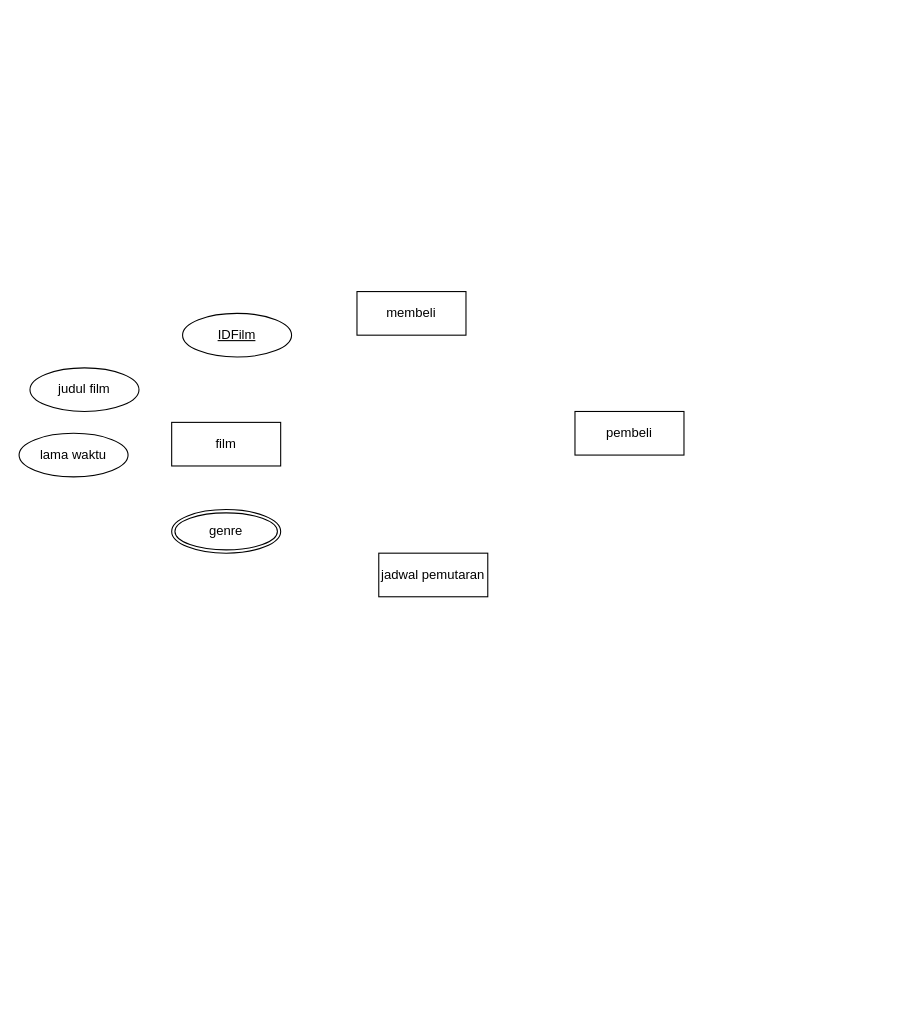
Above: Untitled Diagram.drawio in Brightlyviryaa/CashRush (draw.io), before the change. Source tidied: cells renumbered, new cells numbered last; positions are measured from the earlier drawing's top-left corner, leaving out a move shared by most shapes. Both pictures are drawn from the tidied source at 109%, with x=0, y=0 at pixel (19, 291).
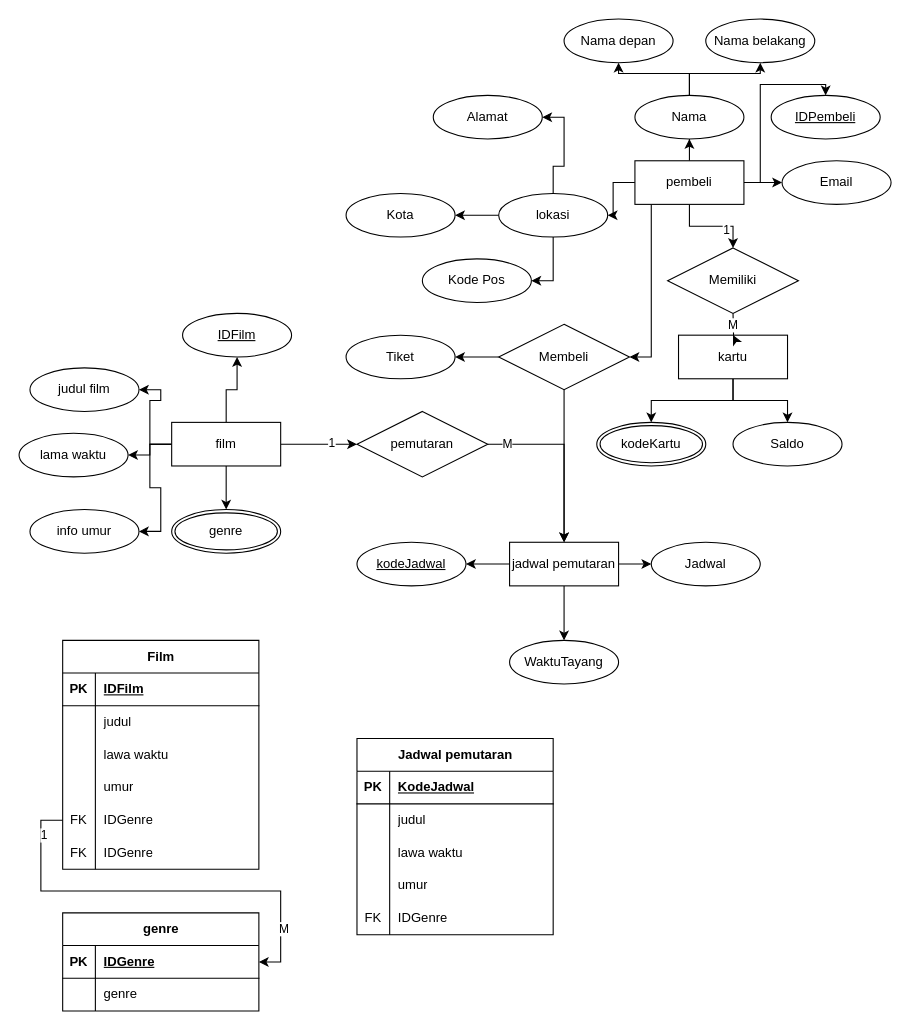
After the change.

Unchanged cells that the change refers to:
```xml
<mxCell id="2" value="film" style="whiteSpace=wrap;html=1;align=center;" parent="1" vertex="1">
  <mxGeometry x="140" y="120" width="100" height="40" as="geometry" />
</mxCell>
<mxCell id="6" value="genre" style="ellipse;shape=doubleEllipse;margin=3;whiteSpace=wrap;html=1;align=center;" parent="1" vertex="1">
  <mxGeometry x="140" y="200" width="100" height="40" as="geometry" />
</mxCell>
<mxCell id="7" value="IDFilm" style="ellipse;whiteSpace=wrap;html=1;align=center;fontStyle=4;" parent="1" vertex="1">
  <mxGeometry x="150" y="20" width="100" height="40" as="geometry" />
</mxCell>
<mxCell id="8" value="judul film" style="ellipse;whiteSpace=wrap;html=1;align=center;" parent="1" vertex="1">
  <mxGeometry x="10" y="70" width="100" height="40" as="geometry" />
</mxCell>
<mxCell id="9" value="lama waktu" style="ellipse;whiteSpace=wrap;html=1;align=center;" parent="1" vertex="1">
  <mxGeometry y="130" width="100" height="40" as="geometry" />
</mxCell>
```

Change to the diagram source:
```diff
@@
+    <mxCell id="10" style="edgeStyle=orthogonalEdgeStyle;rounded=0;jettySize=auto;html=1;" parent="1" edge="1" source="2" target="7">
+      <mxGeometry relative="1" as="geometry" />
+    </mxCell>
+    <mxCell id="11" style="edgeStyle=orthogonalEdgeStyle;rounded=0;jettySize=auto;html=1;" parent="1" edge="1" source="2" target="6">
+      <mxGeometry relative="1" as="geometry" />
+    </mxCell>
+    <mxCell id="12" style="edgeStyle=orthogonalEdgeStyle;rounded=0;jettySize=auto;html=1;entryX=1;entryY=0.5;entryDx=0;entryDy=0;" parent="1" edge="1" source="2" target="29">
+      <mxGeometry relative="1" as="geometry" />
+    </mxCell>
+    <mxCell id="13" style="edgeStyle=orthogonalEdgeStyle;rounded=0;jettySize=auto;html=1;entryX=1;entryY=0.5;entryDx=0;entryDy=0;" parent="1" edge="1" source="2" target="9">
+      <mxGeometry relative="1" as="geometry" />
+    </mxCell>
+    <mxCell id="14" style="edgeStyle=orthogonalEdgeStyle;rounded=0;jettySize=auto;html=1;entryX=1;entryY=0.5;entryDx=0;entryDy=0;" parent="1" edge="1" source="2" target="8">
+      <mxGeometry relative="1" as="geometry" />
+    </mxCell>
+    <mxCell id="15" style="edgeStyle=orthogonalEdgeStyle;rounded=0;jettySize=auto;html=1;entryX=0;entryY=0.5;entryDx=0;entryDy=0;" parent="1" edge="1" source="2" target="51">
+      <mxGeometry relative="1" as="geometry" />
+    </mxCell>
+    <mxCell id="16" value="1" style="edgeLabel;html=1;align=center;verticalAlign=middle;" parent="15" vertex="1">
+      <mxGeometry x="0.32" y="2" relative="1" as="geometry" />
+    </mxCell>
@@
+    <mxCell id="17" style="edgeStyle=orthogonalEdgeStyle;rounded=0;jettySize=auto;html=1;entryX=1;entryY=0.5;entryDx=0;entryDy=0;" parent="1" edge="1" source="3" target="30">
+      <mxGeometry relative="1" as="geometry" />
+    </mxCell>
+    <mxCell id="18" style="edgeStyle=orthogonalEdgeStyle;rounded=0;jettySize=auto;html=1;entryX=0.5;entryY=0;entryDx=0;entryDy=0;" parent="1" edge="1" source="3" target="31">
+      <mxGeometry relative="1" as="geometry" />
+    </mxCell>
+    <mxCell id="19" style="edgeStyle=orthogonalEdgeStyle;rounded=0;jettySize=auto;html=1;" parent="1" edge="1" source="3" target="32">
+      <mxGeometry relative="1" as="geometry" />
+    </mxCell>
     <mxCell id="3" value="jadwal pemutaran" style="whiteSpace=wrap;html=1;align=center;" parent="1" vertex="1">
-      <mxGeometry x="330" y="240" width="100" height="40" as="geometry" />
+      <mxGeometry x="450" y="230" width="100" height="40" as="geometry" />
     </mxCell>
+    <mxCell id="20" style="edgeStyle=orthogonalEdgeStyle;rounded=0;jettySize=auto;html=1;entryX=0;entryY=0.5;entryDx=0;entryDy=0;" parent="1" edge="1" source="4" target="34">
+      <mxGeometry relative="1" as="geometry" />
+    </mxCell>
+    <mxCell id="21" style="edgeStyle=orthogonalEdgeStyle;rounded=0;jettySize=auto;html=1;" parent="1" edge="1" source="4" target="43">
+      <mxGeometry relative="1" as="geometry" />
+    </mxCell>
+    <mxCell id="22" style="edgeStyle=orthogonalEdgeStyle;rounded=0;jettySize=auto;html=1;entryX=0.5;entryY=1;entryDx=0;entryDy=0;" parent="1" edge="1" source="4" target="39">
+      <mxGeometry relative="1" as="geometry" />
+    </mxCell>
+    <mxCell id="23" style="edgeStyle=orthogonalEdgeStyle;rounded=0;jettySize=auto;html=1;" parent="1" edge="1" source="4" target="33">
+      <mxGeometry relative="1" as="geometry">
+        <Array as="points">
+          <mxPoint x="680" y="-100" />
+          <mxPoint x="680" y="-190" />
+        </Array>
+      </mxGeometry>
+    </mxCell>
+    <mxCell id="24" style="edgeStyle=orthogonalEdgeStyle;rounded=0;jettySize=auto;html=1;entryX=0.5;entryY=0;entryDx=0;entryDy=0;" parent="1" edge="1" source="4" target="53">
+      <mxGeometry relative="1" as="geometry" />
+    </mxCell>
+    <mxCell id="25" value="1" style="edgeLabel;html=1;align=center;verticalAlign=middle;" parent="24" vertex="1">
+      <mxGeometry x="0.33" y="-3" relative="1" as="geometry" />
+    </mxCell>
+    <mxCell id="26" style="edgeStyle=orthogonalEdgeStyle;rounded=0;jettySize=auto;html=1;entryX=1;entryY=0.5;entryDx=0;entryDy=0;" parent="1" edge="1" source="4" target="56">
+      <mxGeometry relative="1" as="geometry">
+        <Array as="points">
+          <mxPoint x="580" y="60" />
+        </Array>
+      </mxGeometry>
+    </mxCell>
     <mxCell id="4" value="pembeli" style="whiteSpace=wrap;html=1;align=center;" parent="1" vertex="1">
-      <mxGeometry x="510" y="110" width="100" height="40" as="geometry" />
+      <mxGeometry x="565" y="-120" width="100" height="40" as="geometry" />
     </mxCell>
+    <mxCell id="27" style="edgeStyle=orthogonalEdgeStyle;rounded=0;jettySize=auto;html=1;entryX=0.5;entryY=0;entryDx=0;entryDy=0;" parent="1" edge="1" source="5" target="47">
+      <mxGeometry relative="1" as="geometry" />
+    </mxCell>
+    <mxCell id="28" style="edgeStyle=orthogonalEdgeStyle;rounded=0;jettySize=auto;html=1;entryX=0.5;entryY=0;entryDx=0;entryDy=0;" parent="1" edge="1" source="5" target="48">
+      <mxGeometry relative="1" as="geometry" />
+    </mxCell>
-    <mxCell id="5" value="membeli" style="whiteSpace=wrap;html=1;align=center;" parent="1" vertex="1">
-      <mxGeometry x="310" width="100" height="40" as="geometry" />
+    <mxCell id="5" value="kartu" style="whiteSpace=wrap;html=1;align=center;" parent="1" vertex="1">
+      <mxGeometry x="605" y="40" width="100" height="40" as="geometry" />
     </mxCell>
@@
+    <mxCell id="29" value="info umur" style="ellipse;whiteSpace=wrap;html=1;align=center;" parent="1" vertex="1">
+      <mxGeometry x="10" y="200" width="100" height="40" as="geometry" />
+    </mxCell>
+    <mxCell id="30" value="kodeJadwal" style="ellipse;whiteSpace=wrap;html=1;align=center;fontStyle=4;" parent="1" vertex="1">
+      <mxGeometry x="310" y="230" width="100" height="40" as="geometry" />
+    </mxCell>
+    <mxCell id="31" value="WaktuTayang" style="ellipse;whiteSpace=wrap;html=1;align=center;" parent="1" vertex="1">
+      <mxGeometry x="450" y="320" width="100" height="40" as="geometry" />
+    </mxCell>
+    <mxCell id="32" value="Jadwal" style="ellipse;whiteSpace=wrap;html=1;align=center;" parent="1" vertex="1">
+      <mxGeometry x="580" y="230" width="100" height="40" as="geometry" />
+    </mxCell>
+    <mxCell id="33" value="IDPembeli" style="ellipse;whiteSpace=wrap;html=1;align=center;fontStyle=4;" parent="1" vertex="1">
+      <mxGeometry x="690" y="-180" width="100" height="40" as="geometry" />
+    </mxCell>
+    <mxCell id="34" value="Email" style="ellipse;whiteSpace=wrap;html=1;align=center;" parent="1" vertex="1">
+      <mxGeometry x="700" y="-120" width="100" height="40" as="geometry" />
+    </mxCell>
+    <mxCell id="35" value="Nama belakang" style="ellipse;whiteSpace=wrap;html=1;align=center;" parent="1" vertex="1">
+      <mxGeometry x="630" y="-250" width="100" height="40" as="geometry" />
+    </mxCell>
+    <mxCell id="36" value="Nama depan" style="ellipse;whiteSpace=wrap;html=1;align=center;" parent="1" vertex="1">
+      <mxGeometry x="500" y="-250" width="100" height="40" as="geometry" />
+    </mxCell>
+    <mxCell id="37" style="edgeStyle=orthogonalEdgeStyle;rounded=0;jettySize=auto;html=1;entryX=0.5;entryY=1;entryDx=0;entryDy=0;" parent="1" edge="1" source="39" target="36">
+      <mxGeometry relative="1" as="geometry" />
+    </mxCell>
+    <mxCell id="38" style="edgeStyle=orthogonalEdgeStyle;rounded=0;jettySize=auto;html=1;entryX=0.5;entryY=1;entryDx=0;entryDy=0;" parent="1" edge="1" source="39" target="35">
+      <mxGeometry relative="1" as="geometry" />
+    </mxCell>
+    <mxCell id="39" value="Nama" style="ellipse;whiteSpace=wrap;html=1;align=center;" parent="1" vertex="1">
+      <mxGeometry x="565" y="-180" width="100" height="40" as="geometry" />
+    </mxCell>
+    <mxCell id="40" style="edgeStyle=orthogonalEdgeStyle;rounded=0;jettySize=auto;html=1;entryX=1;entryY=0.5;entryDx=0;entryDy=0;" parent="1" edge="1" source="43" target="44">
+      <mxGeometry relative="1" as="geometry" />
+    </mxCell>
+    <mxCell id="41" style="edgeStyle=orthogonalEdgeStyle;rounded=0;jettySize=auto;html=1;entryX=1;entryY=0.5;entryDx=0;entryDy=0;" parent="1" edge="1" source="43" target="46">
+      <mxGeometry relative="1" as="geometry" />
+    </mxCell>
+    <mxCell id="42" style="edgeStyle=orthogonalEdgeStyle;rounded=0;jettySize=auto;html=1;" parent="1" edge="1" source="43" target="45">
+      <mxGeometry relative="1" as="geometry" />
+    </mxCell>
+    <mxCell id="43" value="lokasi" style="ellipse;whiteSpace=wrap;html=1;align=center;" parent="1" vertex="1">
+      <mxGeometry x="440" y="-90" width="100" height="40" as="geometry" />
+    </mxCell>
+    <mxCell id="44" value="Alamat" style="ellipse;whiteSpace=wrap;html=1;align=center;" parent="1" vertex="1">
+      <mxGeometry x="380" y="-180" width="100" height="40" as="geometry" />
+    </mxCell>
+    <mxCell id="45" value="Kota" style="ellipse;whiteSpace=wrap;html=1;align=center;" parent="1" vertex="1">
+      <mxGeometry x="300" y="-90" width="100" height="40" as="geometry" />
+    </mxCell>
+    <mxCell id="46" value="Kode Pos" style="ellipse;whiteSpace=wrap;html=1;align=center;" parent="1" vertex="1">
+      <mxGeometry x="370" y="-30" width="100" height="40" as="geometry" />
+    </mxCell>
+    <mxCell id="47" value="kodeKartu" style="ellipse;shape=doubleEllipse;margin=3;whiteSpace=wrap;html=1;align=center;" parent="1" vertex="1">
+      <mxGeometry x="530" y="120" width="100" height="40" as="geometry" />
+    </mxCell>
+    <mxCell id="48" value="Saldo" style="ellipse;whiteSpace=wrap;html=1;align=center;" parent="1" vertex="1">
+      <mxGeometry x="655" y="120" width="100" height="40" as="geometry" />
+    </mxCell>
+    <mxCell id="49" style="edgeStyle=orthogonalEdgeStyle;rounded=0;jettySize=auto;html=1;entryX=0.5;entryY=0;entryDx=0;entryDy=0;" parent="1" edge="1" source="51" target="3">
+      <mxGeometry relative="1" as="geometry" />
+    </mxCell>
+    <mxCell id="50" value="M" style="edgeLabel;html=1;align=center;verticalAlign=middle;" parent="49" vertex="1">
+      <mxGeometry x="-0.79" y="1" relative="1" as="geometry" />
+    </mxCell>
+    <mxCell id="51" value="pemutaran" style="shape=rhombus;perimeter=rhombusPerimeter;whiteSpace=wrap;html=1;align=center;" parent="1" vertex="1">
+      <mxGeometry x="310" y="110" width="120" height="60" as="geometry" />
+    </mxCell>
+    <mxCell id="52" value="M" style="edgeStyle=orthogonalEdgeStyle;rounded=0;jettySize=auto;html=1;" parent="1" edge="1" target="5">
+      <mxGeometry relative="1" as="geometry">
+        <mxPoint x="655" y="20" as="sourcePoint" />
+      </mxGeometry>
+    </mxCell>
+    <mxCell id="53" value="Memiliki" style="shape=rhombus;perimeter=rhombusPerimeter;whiteSpace=wrap;html=1;align=center;" parent="1" vertex="1">
+      <mxGeometry x="595" y="-40" width="120" height="60" as="geometry" />
+    </mxCell>
+    <mxCell id="54" style="edgeStyle=orthogonalEdgeStyle;rounded=0;jettySize=auto;html=1;" parent="1" edge="1" source="56" target="57">
+      <mxGeometry relative="1" as="geometry" />
+    </mxCell>
+    <mxCell id="55" style="edgeStyle=orthogonalEdgeStyle;rounded=0;jettySize=auto;html=1;entryX=0.5;entryY=0;entryDx=0;entryDy=0;" parent="1" edge="1" source="56" target="3">
+      <mxGeometry relative="1" as="geometry" />
+    </mxCell>
+    <mxCell id="56" value="Membeli" style="shape=rhombus;perimeter=rhombusPerimeter;whiteSpace=wrap;html=1;align=center;" parent="1" vertex="1">
+      <mxGeometry x="440" y="30" width="120" height="60" as="geometry" />
+    </mxCell>
+    <mxCell id="57" value="Tiket" style="ellipse;whiteSpace=wrap;html=1;align=center;" parent="1" vertex="1">
+      <mxGeometry x="300" y="40" width="100" height="40" as="geometry" />
+    </mxCell>
+    <mxCell id="58" value="Film" style="shape=table;startSize=30;childLayout=tableLayout;rowLines=0;fontStyle=1;align=center;html=1;" parent="1" vertex="1">
+      <mxGeometry x="40" y="320" width="180" height="210" as="geometry" />
+    </mxCell>
+    <mxCell id="59" style="shape=tableRow;horizontal=0;startSize=0;swimlaneHead=0;swimlaneBody=0;fillColor=none;top=0;left=0;right=0;bottom=1;" parent="58" vertex="1">
+      <mxGeometry y="30" width="180" height="30" as="geometry" />
+    </mxCell>
+    <mxCell id="60" value="PK" style="shape=partialRectangle;fillColor=none;top=0;left=0;bottom=0;right=0;fontStyle=1;overflow=hidden;whiteSpace=wrap;html=1;" parent="59" vertex="1">
+      <mxGeometry width="30" height="30" as="geometry" />
+    </mxCell>
+    <mxCell id="61" value="IDFilm" style="shape=partialRectangle;fillColor=none;top=0;left=0;bottom=0;right=0;align=left;spacingLeft=6;fontStyle=5;overflow=hidden;whiteSpace=wrap;html=1;" parent="59" vertex="1">
+      <mxGeometry x="30" width="150" height="30" as="geometry" />
+    </mxCell>
+    <mxCell id="62" style="shape=tableRow;horizontal=0;startSize=0;swimlaneHead=0;swimlaneBody=0;fillColor=none;top=0;left=0;right=0;bottom=0;" parent="58" vertex="1">
+      <mxGeometry y="60" width="180" height="30" as="geometry" />
+    </mxCell>
+    <mxCell id="63" style="shape=partialRectangle;fillColor=none;top=0;left=0;bottom=0;right=0;overflow=hidden;whiteSpace=wrap;html=1;" parent="62" vertex="1">
+      <mxGeometry width="30" height="30" as="geometry" />
+    </mxCell>
+    <mxCell id="64" value="judul" style="shape=partialRectangle;fillColor=none;top=0;left=0;bottom=0;right=0;align=left;spacingLeft=6;overflow=hidden;whiteSpace=wrap;html=1;" parent="62" vertex="1">
+      <mxGeometry x="30" width="150" height="30" as="geometry" />
+    </mxCell>
+    <mxCell id="65" style="shape=tableRow;horizontal=0;startSize=0;swimlaneHead=0;swimlaneBody=0;fillColor=none;top=0;left=0;right=0;bottom=0;" parent="58" vertex="1">
+      <mxGeometry y="90" width="180" height="30" as="geometry" />
+    </mxCell>
+    <mxCell id="66" style="shape=partialRectangle;fillColor=none;top=0;left=0;bottom=0;right=0;overflow=hidden;whiteSpace=wrap;html=1;" parent="65" vertex="1">
+      <mxGeometry width="30" height="30" as="geometry" />
+    </mxCell>
+    <mxCell id="67" value="lawa waktu" style="shape=partialRectangle;fillColor=none;top=0;left=0;bottom=0;right=0;align=left;spacingLeft=6;overflow=hidden;whiteSpace=wrap;html=1;" parent="65" vertex="1">
+      <mxGeometry x="30" width="150" height="30" as="geometry" />
+    </mxCell>
+    <mxCell id="68" style="shape=tableRow;horizontal=0;startSize=0;swimlaneHead=0;swimlaneBody=0;fillColor=none;top=0;left=0;right=0;bottom=0;" parent="58" vertex="1">
+      <mxGeometry y="120" width="180" height="30" as="geometry" />
+    </mxCell>
+    <mxCell id="69" style="shape=partialRectangle;fillColor=none;top=0;left=0;bottom=0;right=0;overflow=hidden;whiteSpace=wrap;html=1;" parent="68" vertex="1">
+      <mxGeometry width="30" height="30" as="geometry" />
+    </mxCell>
+    <mxCell id="70" value="umur" style="shape=partialRectangle;fillColor=none;top=0;left=0;bottom=0;right=0;align=left;spacingLeft=6;overflow=hidden;whiteSpace=wrap;html=1;" parent="68" vertex="1">
+      <mxGeometry x="30" width="150" height="30" as="geometry" />
+    </mxCell>
+    <mxCell id="71" style="shape=tableRow;horizontal=0;startSize=0;swimlaneHead=0;swimlaneBody=0;fillColor=none;points=[[0,0.5],[1,0.5]];portConstraint=eastwest;top=0;left=0;right=0;bottom=0;" parent="58" vertex="1">
+      <mxGeometry y="150" width="180" height="30" as="geometry" />
+    </mxCell>
+    <mxCell id="72" value="FK" style="shape=partialRectangle;fillColor=none;top=0;left=0;bottom=0;right=0;overflow=hidden;whiteSpace=wrap;html=1;" parent="71" vertex="1">
+      <mxGeometry width="30" height="30" as="geometry" />
+    </mxCell>
+    <mxCell id="73" value="IDGenre" style="shape=partialRectangle;fillColor=none;top=0;left=0;bottom=0;right=0;align=left;spacingLeft=6;overflow=hidden;whiteSpace=wrap;html=1;" parent="71" vertex="1">
+      <mxGeometry x="30" width="150" height="30" as="geometry" />
+    </mxCell>
+    <mxCell id="74" style="shape=tableRow;horizontal=0;startSize=0;swimlaneHead=0;swimlaneBody=0;fillColor=none;top=0;left=0;right=0;bottom=0;" parent="58" vertex="1">
+      <mxGeometry y="180" width="180" height="30" as="geometry" />
+    </mxCell>
+    <mxCell id="75" value="FK" style="shape=partialRectangle;fillColor=none;top=0;left=0;bottom=0;right=0;overflow=hidden;whiteSpace=wrap;html=1;" parent="74" vertex="1">
+      <mxGeometry width="30" height="30" as="geometry" />
+    </mxCell>
+    <mxCell id="76" value="IDGenre" style="shape=partialRectangle;fillColor=none;top=0;left=0;bottom=0;right=0;align=left;spacingLeft=6;overflow=hidden;whiteSpace=wrap;html=1;" parent="74" vertex="1">
+      <mxGeometry x="30" width="150" height="30" as="geometry" />
+    </mxCell>
+    <mxCell id="77" value="genre" style="shape=table;startSize=30;childLayout=tableLayout;rowLines=0;fontStyle=1;align=center;html=1;" parent="1" vertex="1">
+      <mxGeometry x="40" y="570" width="180" height="90" as="geometry" />
+    </mxCell>
+    <mxCell id="78" style="shape=tableRow;horizontal=0;startSize=0;swimlaneHead=0;swimlaneBody=0;fillColor=none;points=[[0,0.5],[1,0.5]];portConstraint=eastwest;top=0;left=0;right=0;bottom=1;" parent="77" vertex="1">
+      <mxGeometry y="30" width="180" height="30" as="geometry" />
+    </mxCell>
+    <mxCell id="79" value="PK" style="shape=partialRectangle;fillColor=none;top=0;left=0;bottom=0;right=0;fontStyle=1;overflow=hidden;whiteSpace=wrap;html=1;" parent="78" vertex="1">
+      <mxGeometry width="30" height="30" as="geometry" />
+    </mxCell>
+    <mxCell id="80" value="IDGenre" style="shape=partialRectangle;fillColor=none;top=0;left=0;bottom=0;right=0;align=left;spacingLeft=6;fontStyle=5;overflow=hidden;whiteSpace=wrap;html=1;" parent="78" vertex="1">
+      <mxGeometry x="30" width="150" height="30" as="geometry" />
+    </mxCell>
+    <mxCell id="81" style="shape=tableRow;horizontal=0;startSize=0;swimlaneHead=0;swimlaneBody=0;fillColor=none;top=0;left=0;right=0;bottom=0;" parent="77" vertex="1">
+      <mxGeometry y="60" width="180" height="30" as="geometry" />
+    </mxCell>
+    <mxCell id="82" style="shape=partialRectangle;fillColor=none;top=0;left=0;bottom=0;right=0;overflow=hidden;whiteSpace=wrap;html=1;" parent="81" vertex="1">
+      <mxGeometry width="30" height="30" as="geometry" />
+    </mxCell>
+    <mxCell id="83" value="genre" style="shape=partialRectangle;fillColor=none;top=0;left=0;bottom=0;right=0;align=left;spacingLeft=6;overflow=hidden;whiteSpace=wrap;html=1;" parent="81" vertex="1">
+      <mxGeometry x="30" width="150" height="30" as="geometry" />
+    </mxCell>
+    <mxCell id="84" style="edgeStyle=orthogonalEdgeStyle;rounded=0;jettySize=auto;html=1;" parent="1" edge="1" source="71" target="78">
+      <mxGeometry relative="1" as="geometry">
+        <Array as="points">
+          <mxPoint x="20" y="485" />
+          <mxPoint x="20" y="550" />
+          <mxPoint x="240" y="550" />
+          <mxPoint x="240" y="615" />
+        </Array>
+      </mxGeometry>
+    </mxCell>
+    <mxCell id="85" value="1" style="edgeLabel;html=1;align=center;verticalAlign=middle;" parent="84" vertex="1">
+      <mxGeometry x="-0.83" y="2" relative="1" as="geometry" />
+    </mxCell>
+    <mxCell id="86" value="M" style="edgeLabel;html=1;align=center;verticalAlign=middle;" parent="84" vertex="1">
+      <mxGeometry x="0.74" y="2" relative="1" as="geometry" />
+    </mxCell>
+    <mxCell id="87" value="Jadwal pemutaran" style="shape=table;startSize=30;childLayout=tableLayout;rowLines=0;fontStyle=1;align=center;html=1;" parent="1" vertex="1">
+      <mxGeometry x="310" y="410" width="180" height="180" as="geometry" />
+    </mxCell>
+    <mxCell id="88" style="shape=tableRow;horizontal=0;startSize=0;swimlaneHead=0;swimlaneBody=0;fillColor=none;top=0;left=0;right=0;bottom=1;" parent="87" vertex="1">
+      <mxGeometry y="30" width="180" height="30" as="geometry" />
+    </mxCell>
+    <mxCell id="89" value="PK" style="shape=partialRectangle;fillColor=none;top=0;left=0;bottom=0;right=0;fontStyle=1;overflow=hidden;whiteSpace=wrap;html=1;" parent="88" vertex="1">
+      <mxGeometry width="30" height="30" as="geometry" />
+    </mxCell>
+    <mxCell id="90" value="KodeJadwal" style="shape=partialRectangle;fillColor=none;top=0;left=0;bottom=0;right=0;align=left;spacingLeft=6;fontStyle=5;overflow=hidden;whiteSpace=wrap;html=1;" parent="88" vertex="1">
+      <mxGeometry x="30" width="150" height="30" as="geometry" />
+    </mxCell>
+    <mxCell id="91" style="shape=tableRow;horizontal=0;startSize=0;swimlaneHead=0;swimlaneBody=0;fillColor=none;top=0;left=0;right=0;bottom=0;" parent="87" vertex="1">
+      <mxGeometry y="60" width="180" height="30" as="geometry" />
+    </mxCell>
+    <mxCell id="92" style="shape=partialRectangle;fillColor=none;top=0;left=0;bottom=0;right=0;overflow=hidden;whiteSpace=wrap;html=1;" parent="91" vertex="1">
+      <mxGeometry width="30" height="30" as="geometry" />
+    </mxCell>
+    <mxCell id="93" value="judul" style="shape=partialRectangle;fillColor=none;top=0;left=0;bottom=0;right=0;align=left;spacingLeft=6;overflow=hidden;whiteSpace=wrap;html=1;" parent="91" vertex="1">
+      <mxGeometry x="30" width="150" height="30" as="geometry" />
+    </mxCell>
+    <mxCell id="94" style="shape=tableRow;horizontal=0;startSize=0;swimlaneHead=0;swimlaneBody=0;fillColor=none;top=0;left=0;right=0;bottom=0;" parent="87" vertex="1">
+      <mxGeometry y="90" width="180" height="30" as="geometry" />
+    </mxCell>
+    <mxCell id="95" style="shape=partialRectangle;fillColor=none;top=0;left=0;bottom=0;right=0;overflow=hidden;whiteSpace=wrap;html=1;" parent="94" vertex="1">
+      <mxGeometry width="30" height="30" as="geometry" />
+    </mxCell>
+    <mxCell id="96" value="lawa waktu" style="shape=partialRectangle;fillColor=none;top=0;left=0;bottom=0;right=0;align=left;spacingLeft=6;overflow=hidden;whiteSpace=wrap;html=1;" parent="94" vertex="1">
+      <mxGeometry x="30" width="150" height="30" as="geometry" />
+    </mxCell>
+    <mxCell id="97" style="shape=tableRow;horizontal=0;startSize=0;swimlaneHead=0;swimlaneBody=0;fillColor=none;top=0;left=0;right=0;bottom=0;" parent="87" vertex="1">
+      <mxGeometry y="120" width="180" height="30" as="geometry" />
+    </mxCell>
+    <mxCell id="98" style="shape=partialRectangle;fillColor=none;top=0;left=0;bottom=0;right=0;overflow=hidden;whiteSpace=wrap;html=1;" parent="97" vertex="1">
+      <mxGeometry width="30" height="30" as="geometry" />
+    </mxCell>
+    <mxCell id="99" value="umur" style="shape=partialRectangle;fillColor=none;top=0;left=0;bottom=0;right=0;align=left;spacingLeft=6;overflow=hidden;whiteSpace=wrap;html=1;" parent="97" vertex="1">
+      <mxGeometry x="30" width="150" height="30" as="geometry" />
+    </mxCell>
+    <mxCell id="100" style="shape=tableRow;horizontal=0;startSize=0;swimlaneHead=0;swimlaneBody=0;fillColor=none;top=0;left=0;right=0;bottom=0;" parent="87" vertex="1">
+      <mxGeometry y="150" width="180" height="30" as="geometry" />
+    </mxCell>
+    <mxCell id="101" value="FK" style="shape=partialRectangle;fillColor=none;top=0;left=0;bottom=0;right=0;overflow=hidden;whiteSpace=wrap;html=1;" parent="100" vertex="1">
+      <mxGeometry width="30" height="30" as="geometry" />
+    </mxCell>
+    <mxCell id="102" value="IDGenre" style="shape=partialRectangle;fillColor=none;top=0;left=0;bottom=0;right=0;align=left;spacingLeft=6;overflow=hidden;whiteSpace=wrap;html=1;" parent="100" vertex="1">
+      <mxGeometry x="30" width="150" height="30" as="geometry" />
+    </mxCell>
```
